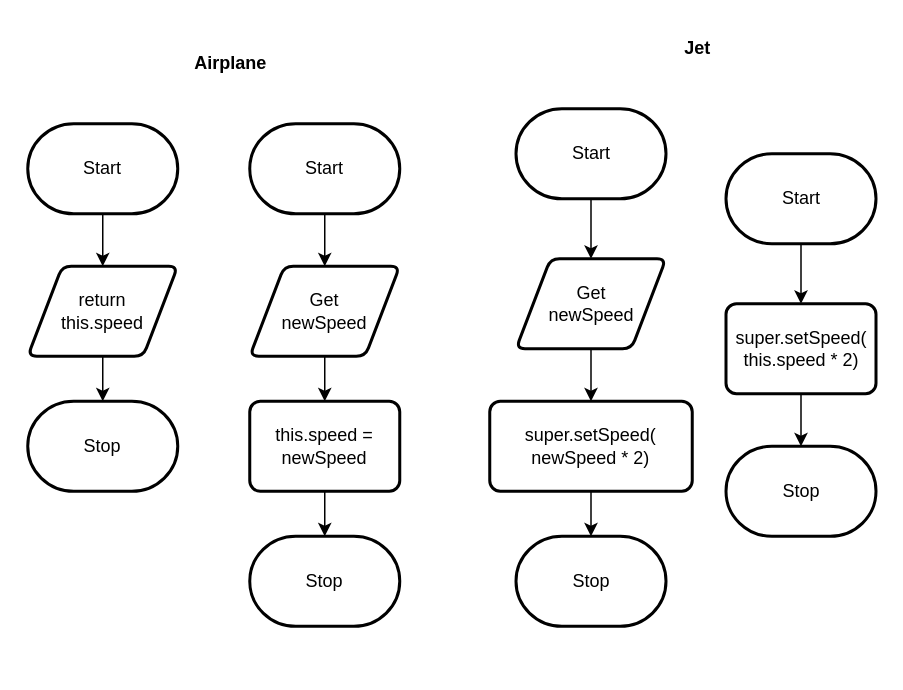
The draw.io diagram Unit2-06/flowchart.drawio in Troy-Appleby/ICS4U-Unit2-Troy-Appleby, before the edit. Source tidied: cells renumbered, new cells numbered last; positions are measured from the earlier drawing's top-left corner, leaving out a move shared by most shapes. Both pictures are drawn from the tidied source at 150%, with x=0, y=0 at pixel (27, 26).
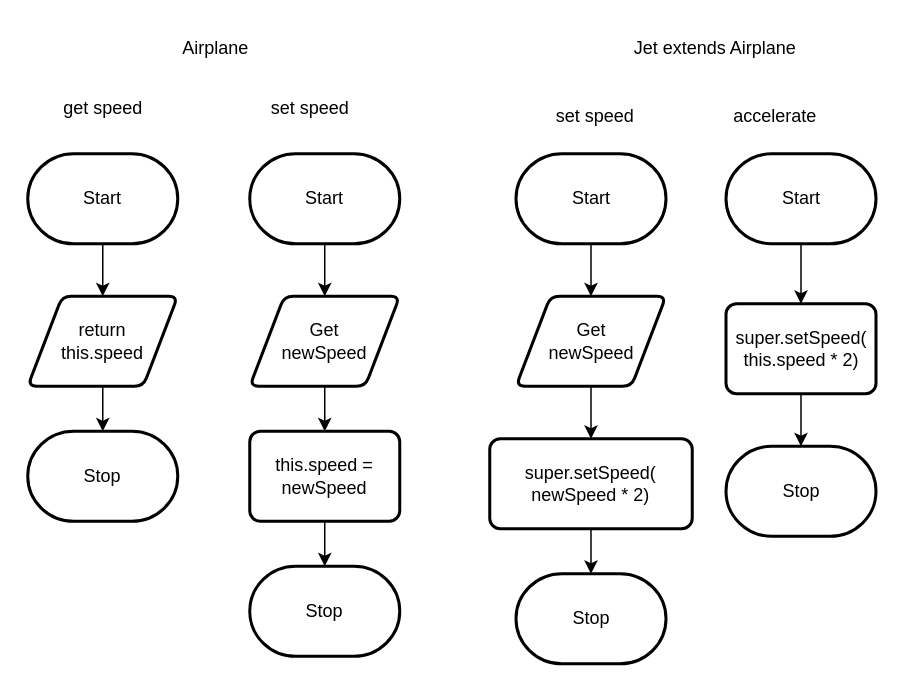
Above is the later version.

What changed in the source:
```diff
@@
     <mxCell id="2" style="edgeStyle=elbowEdgeStyle;rounded=0;elbow=vertical;html=1;entryX=0.5;entryY=0;entryDx=0;entryDy=0;" parent="1" edge="1" target="4">
       <mxGeometry relative="1" as="geometry">
-        <mxPoint x="50" y="125" as="sourcePoint" />
+        <mxPoint x="50" y="145" as="sourcePoint" />
       </mxGeometry>
     </mxCell>
     <mxCell id="3" style="rounded=0;elbow=vertical;html=1;entryX=0.5;entryY=0;entryDx=0;entryDy=0;entryPerimeter=0;" parent="1" edge="1" source="4">
       <mxGeometry relative="1" as="geometry">
-        <mxPoint x="50" y="250" as="targetPoint" />
+        <mxPoint x="50" y="270" as="targetPoint" />
       </mxGeometry>
     </mxCell>
     <mxCell id="4" value="return&lt;br style=&quot;font-size: 12px;&quot;&gt;this.speed" style="shape=parallelogram;html=1;strokeWidth=2;perimeter=parallelogramPerimeter;whiteSpace=wrap;rounded=1;arcSize=12;size=0.23;fontSize=12;" parent="1" vertex="1">
-      <mxGeometry y="160" width="100" height="60" as="geometry" />
+      <mxGeometry y="180" width="100" height="60" as="geometry" />
     </mxCell>
     <mxCell id="5" style="edgeStyle=none;rounded=0;html=1;elbow=vertical;" parent="1" edge="1" target="13">
       <mxGeometry relative="1" as="geometry">
-        <mxPoint x="198" y="125" as="sourcePoint" />
+        <mxPoint x="198" y="145" as="sourcePoint" />
       </mxGeometry>
     </mxCell>
@@
     <mxCell id="8" value="this.speed = newSpeed" style="rounded=1;whiteSpace=wrap;html=1;absoluteArcSize=1;arcSize=14;strokeWidth=2;fontSize=12;" parent="1" vertex="1">
-      <mxGeometry x="148" y="250" width="100" height="60" as="geometry" />
+      <mxGeometry x="148" y="270" width="100" height="60" as="geometry" />
     </mxCell>
@@
-    <mxCell id="11" value="&lt;b&gt;Airplane&lt;/b&gt;" style="text;html=1;align=center;verticalAlign=middle;strokeColor=none;fillColor=none;" parent="1" vertex="1">
-      <mxGeometry x="100" y="10" width="70" height="30" as="geometry" />
+    <mxCell id="11" value="&lt;span&gt;Airplane&lt;/span&gt;" style="text;html=1;align=center;verticalAlign=middle;strokeColor=none;fillColor=none;fontStyle=0;" parent="1" vertex="1">
+      <mxGeometry x="90" width="70" height="30" as="geometry" />
     </mxCell>
@@
     <mxCell id="13" value="Get&lt;br&gt;newSpeed" style="shape=parallelogram;html=1;strokeWidth=2;perimeter=parallelogramPerimeter;whiteSpace=wrap;rounded=1;arcSize=12;size=0.23;fontSize=12;" parent="1" vertex="1">
-      <mxGeometry x="148" y="160" width="100" height="60" as="geometry" />
+      <mxGeometry x="148" y="180" width="100" height="60" as="geometry" />
     </mxCell>
     <mxCell id="14" style="edgeStyle=none;html=1;entryX=0.5;entryY=0;entryDx=0;entryDy=0;" parent="1" edge="1" target="16">
       <mxGeometry relative="1" as="geometry">
-        <mxPoint x="375.5" y="115" as="sourcePoint" />
+        <mxPoint x="375.5" y="140" as="sourcePoint" />
       </mxGeometry>
     </mxCell>
@@
     <mxCell id="16" value="Get&lt;br&gt;newSpeed" style="shape=parallelogram;html=1;strokeWidth=2;perimeter=parallelogramPerimeter;whiteSpace=wrap;rounded=1;arcSize=12;size=0.23;fontSize=12;" parent="1" vertex="1">
-      <mxGeometry x="325.5" y="155" width="100" height="60" as="geometry" />
+      <mxGeometry x="325.5" y="180" width="100" height="60" as="geometry" />
     </mxCell>
@@
     <mxCell id="19" value="super.setSpeed(&lt;br&gt;newSpeed * 2)" style="rounded=1;whiteSpace=wrap;html=1;absoluteArcSize=1;arcSize=14;strokeWidth=2;fontSize=12;" parent="1" vertex="1">
-      <mxGeometry x="308" y="250" width="135" height="60" as="geometry" />
+      <mxGeometry x="308" y="275" width="135" height="60" as="geometry" />
     </mxCell>
-    <mxCell id="20" value="&lt;b&gt;Jet&amp;nbsp;&lt;br&gt;&lt;/b&gt;" style="text;html=1;align=center;verticalAlign=middle;strokeColor=none;fillColor=none;" parent="1" vertex="1">
-      <mxGeometry x="427.5" width="40" height="30" as="geometry" />
+    <mxCell id="20" value="&lt;span&gt;Jet extends Airplane&lt;br&gt;&lt;/span&gt;" style="text;html=1;align=center;verticalAlign=middle;strokeColor=none;fillColor=none;fontStyle=0;" parent="1" vertex="1">
+      <mxGeometry x="393" width="130" height="30" as="geometry" />
     </mxCell>
@@
     <mxCell id="23" value="Start" style="strokeWidth=2;html=1;shape=mxgraph.flowchart.terminator;whiteSpace=wrap;" parent="1" vertex="1">
-      <mxGeometry x="325.5" y="55" width="100" height="60" as="geometry" />
+      <mxGeometry x="325.5" y="85" width="100" height="60" as="geometry" />
     </mxCell>
     <mxCell id="24" value="Stop" style="strokeWidth=2;html=1;shape=mxgraph.flowchart.terminator;whiteSpace=wrap;" parent="1" vertex="1">
-      <mxGeometry x="325.5" y="340" width="100" height="60" as="geometry" />
+      <mxGeometry x="325.5" y="365" width="100" height="60" as="geometry" />
     </mxCell>
@@
     <mxCell id="27" value="Start" style="strokeWidth=2;html=1;shape=mxgraph.flowchart.terminator;whiteSpace=wrap;" parent="1" vertex="1">
-      <mxGeometry y="65" width="100" height="60" as="geometry" />
+      <mxGeometry y="85" width="100" height="60" as="geometry" />
     </mxCell>
     <mxCell id="28" value="Stop" style="strokeWidth=2;html=1;shape=mxgraph.flowchart.terminator;whiteSpace=wrap;" parent="1" vertex="1">
-      <mxGeometry y="250" width="100" height="60" as="geometry" />
+      <mxGeometry y="270" width="100" height="60" as="geometry" />
     </mxCell>
     <mxCell id="29" value="Start" style="strokeWidth=2;html=1;shape=mxgraph.flowchart.terminator;whiteSpace=wrap;" parent="1" vertex="1">
-      <mxGeometry x="148" y="65" width="100" height="60" as="geometry" />
+      <mxGeometry x="148" y="85" width="100" height="60" as="geometry" />
     </mxCell>
     <mxCell id="30" value="Stop" style="strokeWidth=2;html=1;shape=mxgraph.flowchart.terminator;whiteSpace=wrap;" parent="1" vertex="1">
-      <mxGeometry x="148" y="340" width="100" height="60" as="geometry" />
+      <mxGeometry x="148" y="360" width="100" height="60" as="geometry" />
     </mxCell>
+    <mxCell id="31" value="get speed" style="text;html=1;align=center;verticalAlign=middle;strokeColor=none;fillColor=none;" parent="1" vertex="1">
+      <mxGeometry x="10" y="40" width="80" height="30" as="geometry" />
+    </mxCell>
+    <mxCell id="32" value="set speed" style="text;html=1;align=center;verticalAlign=middle;strokeColor=none;fillColor=none;" parent="1" vertex="1">
+      <mxGeometry x="148" y="40" width="80" height="30" as="geometry" />
+    </mxCell>
+    <mxCell id="33" value="set speed" style="text;html=1;align=center;verticalAlign=middle;strokeColor=none;fillColor=none;" parent="1" vertex="1">
+      <mxGeometry x="338" y="45" width="80" height="30" as="geometry" />
+    </mxCell>
+    <mxCell id="34" value="accelerate" style="text;html=1;align=center;verticalAlign=middle;strokeColor=none;fillColor=none;" parent="1" vertex="1">
+      <mxGeometry x="458" y="45" width="80" height="30" as="geometry" />
+    </mxCell>
```
